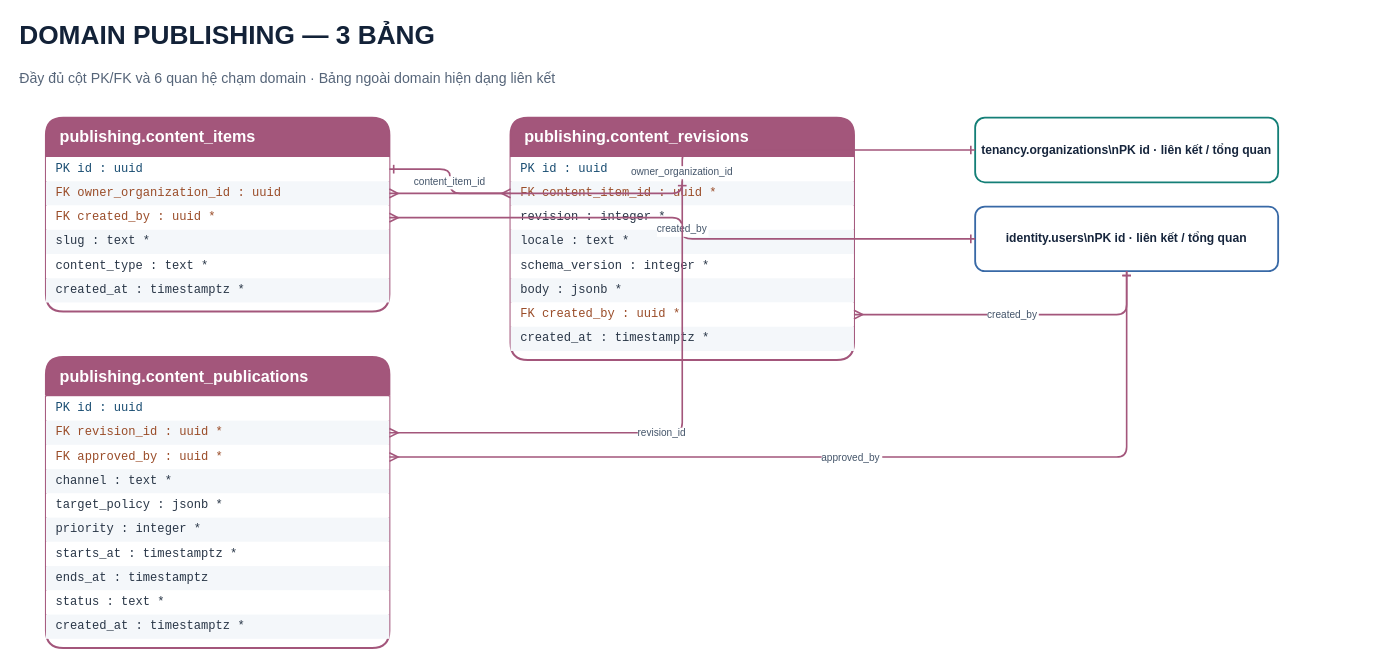
quanpl86/Board-Game-Project keeps this draw.io diagram as page "Domain · publishing" (8 of 39) of docs/database/diagrams/Board_Game_Universe_Database_P0_Editable.drawio. Above is the earlier version. Source tidied: cells renumbered, new cells numbered last; positions are measured from the earlier drawing's top-left corner, leaving out a move shared by most shapes. Both pictures are drawn from the tidied source at 101%, with x=0, y=0 at pixel (17, 17).
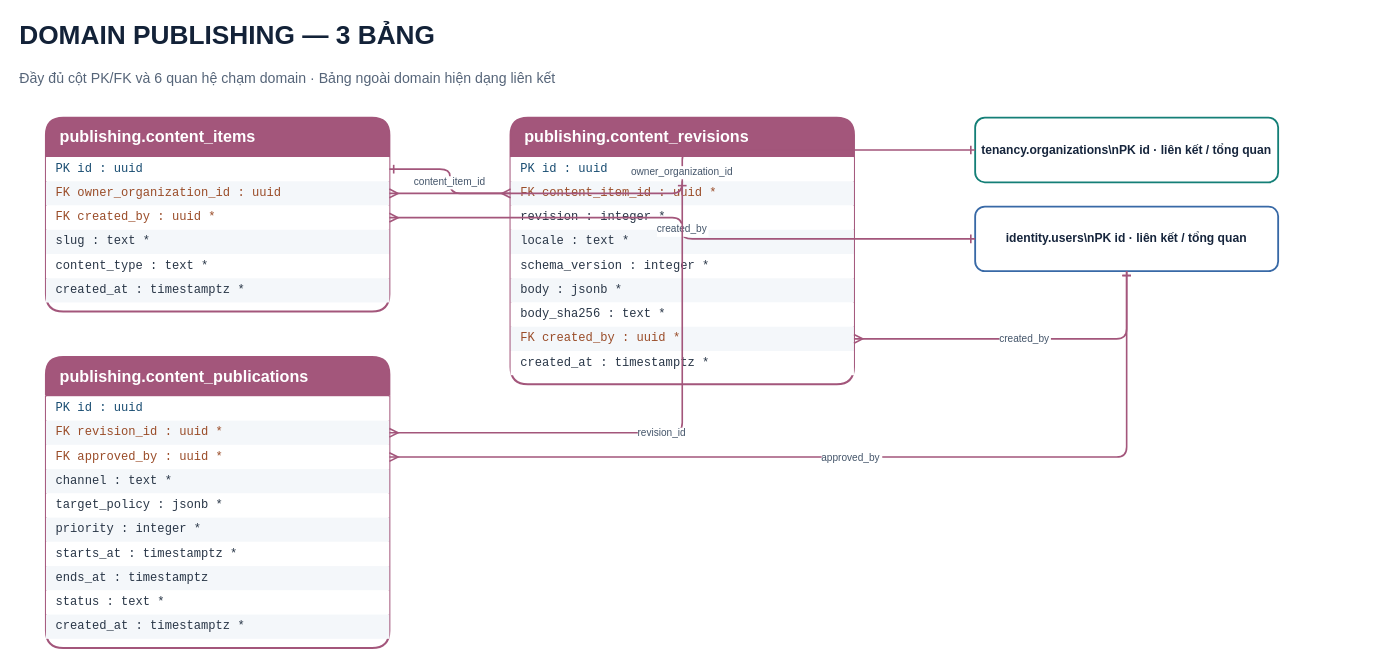
Above is the later version.

Diff of the diagram source:
```diff
@@
     <mxCell id="11" value="publishing.content_revisions" style="swimlane;horizontal=1;startSize=38;rounded=1;whiteSpace=wrap;html=0;fillColor=#A3567B;swimlaneFillColor=#FFFFFF;strokeColor=#A3567B;strokeWidth=2;fontSize=16;fontStyle=1;fontColor=#FFFFFF;align=left;spacingLeft=12;" parent="1" vertex="1">
-      <mxGeometry x="488" y="99" width="340" height="240" as="geometry" />
+      <mxGeometry x="488" y="99" width="340" height="264" as="geometry" />
     </mxCell>
@@
+    <mxCell id="39" value="    body_sha256 : text *" style="text;html=0;whiteSpace=wrap;overflow=hidden;align=left;verticalAlign=middle;fontFamily=Consolas;fontSize=12;fontColor=#293647;fillColor=#FFFFFF;spacingLeft=8;" parent="11" vertex="1">
+      <mxGeometry y="183" width="340" height="24" as="geometry" />
+    </mxCell>
-    <mxCell id="18" value="FK   created_by : uuid *" style="text;html=0;whiteSpace=wrap;overflow=hidden;align=left;verticalAlign=middle;fontFamily=Consolas;fontSize=12;fontColor=#9A4C28;fillColor=#FFFFFF;spacingLeft=8;" parent="11" vertex="1">
-      <mxGeometry y="183" width="340" height="24" as="geometry" />
+    <mxCell id="18" value="FK   created_by : uuid *" style="text;html=0;whiteSpace=wrap;overflow=hidden;align=left;verticalAlign=middle;fontFamily=Consolas;fontSize=12;fontColor=#9A4C28;fillColor=#F4F7FA;spacingLeft=8;" parent="11" vertex="1">
+      <mxGeometry y="207" width="340" height="24" as="geometry" />
     </mxCell>
-    <mxCell id="19" value="    created_at : timestamptz *" style="text;html=0;whiteSpace=wrap;overflow=hidden;align=left;verticalAlign=middle;fontFamily=Consolas;fontSize=12;fontColor=#293647;fillColor=#F4F7FA;spacingLeft=8;" parent="11" vertex="1">
-      <mxGeometry y="207" width="340" height="24" as="geometry" />
+    <mxCell id="19" value="    created_at : timestamptz *" style="text;html=0;whiteSpace=wrap;overflow=hidden;align=left;verticalAlign=middle;fontFamily=Consolas;fontSize=12;fontColor=#293647;fillColor=#FFFFFF;spacingLeft=8;" parent="11" vertex="1">
+      <mxGeometry y="231" width="340" height="24" as="geometry" />
     </mxCell>
```
